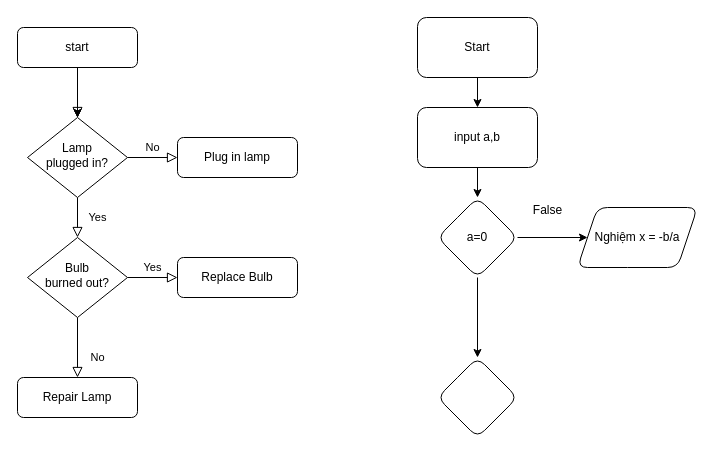
This is Biểu đồ không có tiêu đề.drawio from minhhue-laura/aaa, a draw.io file, before an edit. Source tidied: cells renumbered, new cells numbered last; positions are measured from the earlier drawing's top-left corner, leaving out a move shared by most shapes. Both pictures are drawn from the tidied source at 100%, with x=0, y=0 at pixel (17, 17).
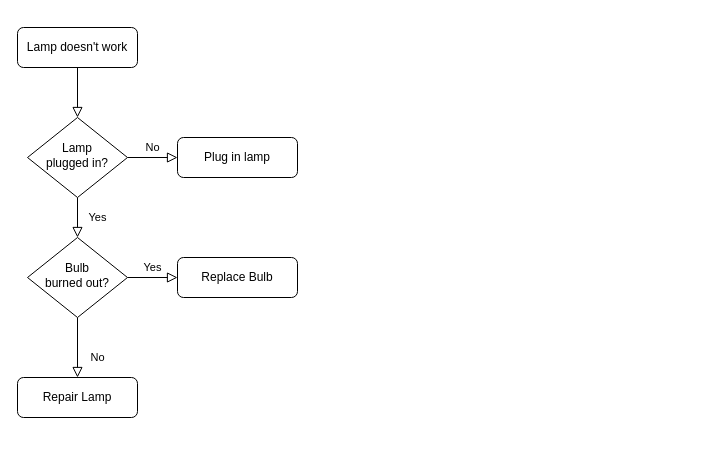
The same page after the edit.

The change refers to these unchanged cells:
```xml
<mxCell id="8" value="Lamp&lt;br&gt;plugged in?" style="rhombus;whiteSpace=wrap;html=1;shadow=0;fontFamily=Helvetica;fontSize=12;align=center;strokeWidth=1;spacing=6;spacingTop=-4;" parent="1" vertex="1">
  <mxGeometry x="10" y="100" width="100" height="80" as="geometry" />
</mxCell>
```

Change to the diagram source:
```diff
@@
-    <mxCell id="3" style="edgeStyle=orthogonalEdgeStyle;rounded=0;jettySize=auto;html=1;" parent="1" edge="1" source="5" target="8">
-      <mxGeometry relative="1" as="geometry" />
-    </mxCell>
-    <mxCell id="4" style="edgeStyle=orthogonalEdgeStyle;rounded=0;jettySize=auto;html=1;" parent="1" edge="1" source="5" target="8">
-      <mxGeometry relative="1" as="geometry" />
-    </mxCell>
-    <mxCell id="5" value="start" style="rounded=1;whiteSpace=wrap;html=1;fontSize=12;glass=0;strokeWidth=1;shadow=0;" parent="1" vertex="1">
+    <mxCell id="5" value="Lamp doesn't work" style="rounded=1;whiteSpace=wrap;html=1;fontSize=12;glass=0;strokeWidth=1;shadow=0;" parent="1" vertex="1">
       <mxGeometry y="10" width="120" height="40" as="geometry" />
     </mxCell>
@@
-    <mxCell id="15" style="edgeStyle=orthogonalEdgeStyle;rounded=0;jettySize=auto;html=1;" parent="1" edge="1" source="16" target="18">
-      <mxGeometry relative="1" as="geometry" />
-    </mxCell>
-    <mxCell id="16" value="Start" style="rounded=1;whiteSpace=wrap;html=1;" parent="1" vertex="1">
-      <mxGeometry x="400" width="120" height="60" as="geometry" />
-    </mxCell>
-    <mxCell id="17" style="edgeStyle=orthogonalEdgeStyle;rounded=0;jettySize=auto;html=1;" parent="1" edge="1" source="18" target="21">
-      <mxGeometry relative="1" as="geometry" />
-    </mxCell>
-    <mxCell id="18" value="input a,b" style="rounded=1;whiteSpace=wrap;html=1;" parent="1" vertex="1">
-      <mxGeometry x="400" y="90" width="120" height="60" as="geometry" />
-    </mxCell>
-    <mxCell id="19" style="edgeStyle=orthogonalEdgeStyle;rounded=0;jettySize=auto;html=1;" parent="1" edge="1" source="21" target="22">
-      <mxGeometry relative="1" as="geometry" />
-    </mxCell>
-    <mxCell id="20" style="edgeStyle=orthogonalEdgeStyle;rounded=0;jettySize=auto;html=1;" parent="1" edge="1" source="21" target="24">
-      <mxGeometry relative="1" as="geometry" />
-    </mxCell>
-    <mxCell id="21" value="a=0" style="rhombus;whiteSpace=wrap;html=1;rounded=1;" parent="1" vertex="1">
-      <mxGeometry x="420" y="180" width="80" height="80" as="geometry" />
-    </mxCell>
-    <mxCell id="22" value="Nghiệm x = -b/a" style="shape=parallelogram;perimeter=parallelogramPerimeter;whiteSpace=wrap;html=1;fixedSize=1;rounded=1;" parent="1" vertex="1">
-      <mxGeometry x="560" y="190" width="120" height="60" as="geometry" />
-    </mxCell>
-    <mxCell id="23" value="False" style="text;html=1;align=center;verticalAlign=middle;strokeColor=none;fillColor=none;" parent="1" vertex="1">
-      <mxGeometry x="505" y="178" width="50" height="30" as="geometry" />
-    </mxCell>
-    <mxCell id="24" style="rhombus;whiteSpace=wrap;html=1;rounded=1;" parent="1" vertex="1">
-      <mxGeometry x="420" y="340" width="80" height="80" as="geometry" />
-    </mxCell>
```
